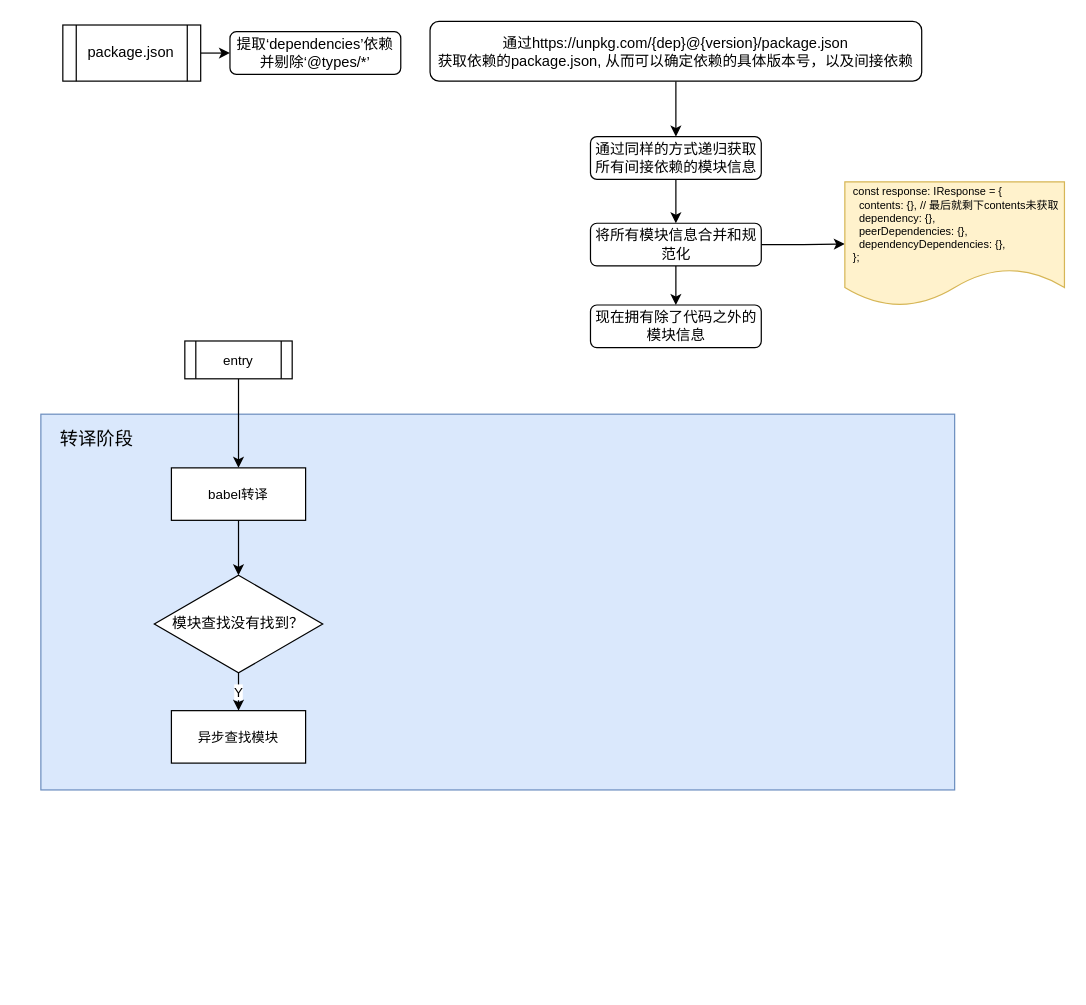
Earlier version of the draw.io diagram page "第 2 页" (2 of 4) of source/_posts/drawio/codesandbox.drawio (ivan-94/bobi.ink). Source tidied: cells renumbered, new cells numbered last; positions are measured from the earlier drawing's top-left corner, leaving out a move shared by most shapes. Both pictures are drawn from the tidied source at 122%, with x=0, y=0 at pixel (40, 21).
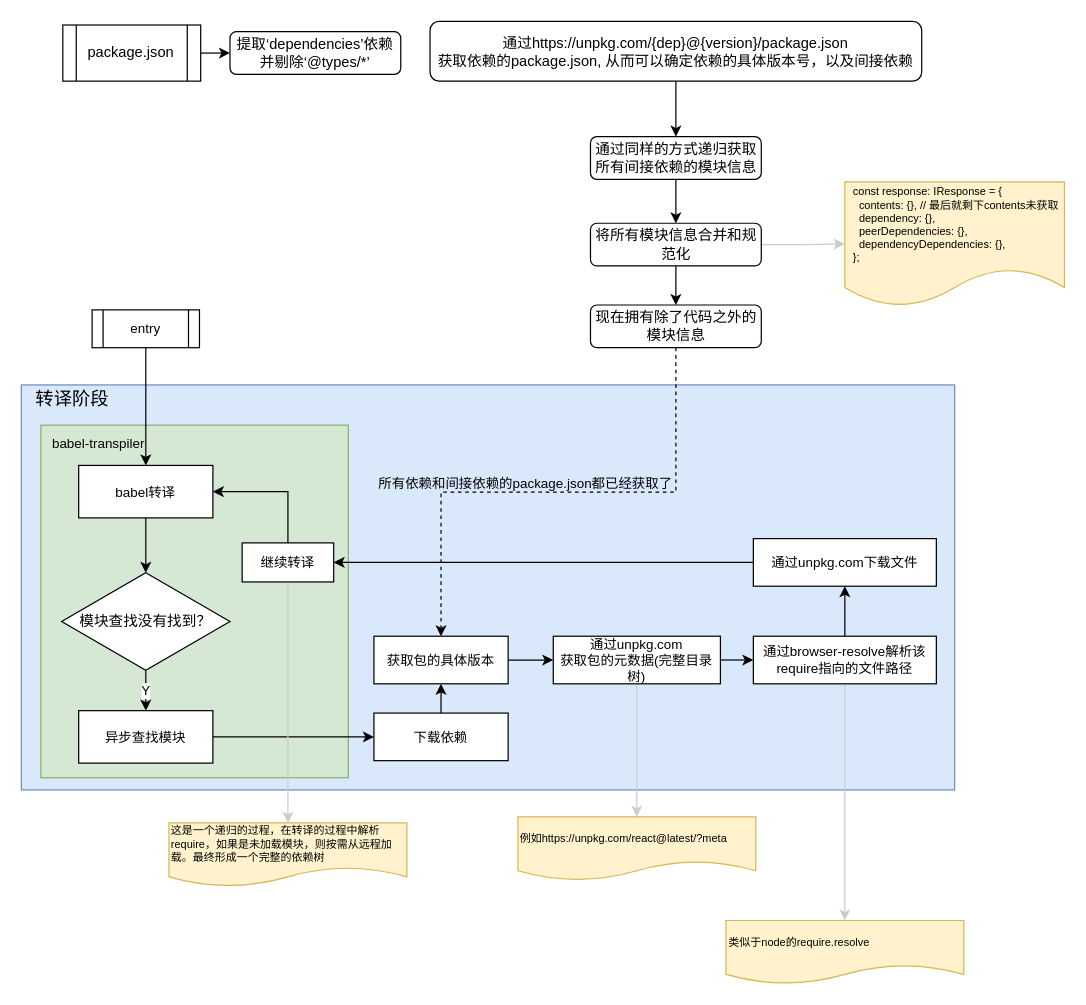
Above is the later version.

Commit message (it also covers changes not shown here):
feat: codesandbox 1 完成packager章节

The change refers to these unchanged cells:
```xml
<mxCell id="11" value="将所有模块信息合并和规范化" style="rounded=1;whiteSpace=wrap;html=1;" parent="1" vertex="1">
  <mxGeometry x="450.5" y="165.5" width="140" height="35" as="geometry" />
</mxCell>
<mxCell id="12" value="&lt;div&gt;&amp;nbsp; const response: IResponse = {&lt;/div&gt;&lt;div&gt;&amp;nbsp; &amp;nbsp; contents: {}, // 最后就剩下contents未获取&lt;/div&gt;&lt;div&gt;&amp;nbsp; &amp;nbsp; dependency: {&lt;span&gt;},&lt;/span&gt;&lt;/div&gt;&lt;div&gt;&amp;nbsp; &amp;nbsp; peerDependencies: {},&lt;/div&gt;&lt;div&gt;&amp;nbsp; &amp;nbsp; dependencyDependencies: {},&lt;/div&gt;&lt;div style=&quot;text-align: left&quot;&gt;&amp;nbsp; };&lt;/div&gt;" style="shape=document;whiteSpace=wrap;html=1;boundedLbl=1;fontSize=9;align=left;fillColor=#fff2cc;strokeColor=#d6b656;" parent="1" vertex="1">
  <mxGeometry x="659" y="131.5" width="180" height="102" as="geometry" />
</mxCell>
<mxCell id="13" value="现在拥有除了代码之外的模块信息" style="rounded=1;whiteSpace=wrap;html=1;" parent="1" vertex="1">
  <mxGeometry x="450.5" y="232.5" width="140" height="35" as="geometry" />
</mxCell>
```

What changed in the source:
```diff
@@
+    <mxCell id="14" style="rounded=0;whiteSpace=wrap;html=1;fillColor=#dae8fc;strokeColor=#6c8ebf;" parent="1" vertex="1">
+      <mxGeometry x="-16" y="298" width="765" height="332" as="geometry" />
+    </mxCell>
+    <mxCell id="23" style="rounded=0;whiteSpace=wrap;html=1;fontSize=11;align=center;fillColor=#d5e8d4;strokeColor=#82b366;" parent="1" vertex="1">
+      <mxGeometry y="331" width="252" height="289" as="geometry" />
+    </mxCell>
@@
-    <mxCell id="9" style="edgeStyle=orthogonalEdgeStyle;rounded=0;jettySize=auto;html=1;exitX=1;exitY=0.5;exitDx=0;exitDy=0;strokeWidth=1;fontSize=9;" parent="1" edge="1" source="11" target="12">
+    <mxCell id="9" style="edgeStyle=orthogonalEdgeStyle;rounded=0;jettySize=auto;html=1;exitX=1;exitY=0.5;exitDx=0;exitDy=0;strokeWidth=1;fontSize=9;strokeColor=#CCCCCC;" parent="1" edge="1" source="11" target="12">
       <mxGeometry relative="1" as="geometry" />
     </mxCell>
@@
+    <mxCell id="24" style="edgeStyle=orthogonalEdgeStyle;rounded=0;jettySize=auto;html=1;exitX=0.5;exitY=1;exitDx=0;exitDy=0;strokeWidth=1;fontSize=11;dashed=1;" parent="1" edge="1" source="13" target="31">
+      <mxGeometry relative="1" as="geometry" />
+    </mxCell>
+    <mxCell id="25" value="所有依赖和间接依赖的package.json都已经获取了" style="text;html=1;align=center;verticalAlign=middle;labelBackgroundColor=none;fontSize=11;" parent="24" vertex="1">
+      <mxGeometry x="0.02" y="2" relative="1" as="geometry">
+        <mxPoint x="-23" y="-9" as="offset" />
+      </mxGeometry>
+    </mxCell>
@@
-    <mxCell id="14" style="rounded=0;whiteSpace=wrap;html=1;fillColor=#dae8fc;strokeColor=#6c8ebf;" parent="1" vertex="1">
-      <mxGeometry y="322" width="749" height="308" as="geometry" />
-    </mxCell>
-    <mxCell id="15" value="&lt;span style=&quot;font-size: 15px&quot;&gt;转译阶段&lt;/span&gt;" style="text;html=1;strokeColor=none;fillColor=none;align=center;verticalAlign=middle;whiteSpace=wrap;rounded=0;" parent="1" vertex="1">
-      <mxGeometry x="8" y="334" width="76" height="15" as="geometry" />
+    <mxCell id="15" value="&lt;span style=&quot;font-size: 15px&quot;&gt;转译阶段&lt;/span&gt;" style="text;html=1;strokeColor=none;fillColor=none;align=center;verticalAlign=middle;whiteSpace=wrap;rounded=0;direction=south;" parent="1" vertex="1">
+      <mxGeometry x="-16" y="298" width="84" height="22" as="geometry" />
     </mxCell>
+    <mxCell id="17" value="entry" style="shape=process;whiteSpace=wrap;html=1;backgroundOutline=1;fontSize=11;align=center;" parent="1" vertex="1">
+      <mxGeometry x="42" y="236.5" width="88" height="31" as="geometry" />
+    </mxCell>
+    <mxCell id="20" value="Y" style="edgeStyle=orthogonalEdgeStyle;rounded=0;jettySize=auto;html=1;exitX=0.5;exitY=1;exitDx=0;exitDy=0;entryX=0.5;entryY=0;entryDx=0;entryDy=0;strokeWidth=1;fontSize=11;" parent="1" edge="1" source="21" target="22">
+      <mxGeometry relative="1" as="geometry" />
+    </mxCell>
@@
-    <mxCell id="17" value="entry" style="shape=process;whiteSpace=wrap;html=1;backgroundOutline=1;fontSize=11;align=center;" parent="1" vertex="1">
-      <mxGeometry x="118" y="262" width="88" height="31" as="geometry" />
-    </mxCell>
@@
     <mxCell id="19" value="babel转译" style="rounded=0;whiteSpace=wrap;html=1;fontSize=11;align=center;" parent="1" vertex="1">
-      <mxGeometry x="107" y="366" width="110" height="43" as="geometry" />
+      <mxGeometry x="31" y="364" width="110" height="43" as="geometry" />
     </mxCell>
-    <mxCell id="20" value="Y" style="edgeStyle=orthogonalEdgeStyle;rounded=0;jettySize=auto;html=1;exitX=0.5;exitY=1;exitDx=0;exitDy=0;entryX=0.5;entryY=0;entryDx=0;entryDy=0;strokeWidth=1;fontSize=11;" parent="1" edge="1" source="21" target="22">
-      <mxGeometry relative="1" as="geometry" />
-    </mxCell>
     <mxCell id="21" value="模块查找没有找到？" style="rhombus;whiteSpace=wrap;html=1;" parent="1" vertex="1">
-      <mxGeometry x="93" y="454" width="138" height="80" as="geometry" />
+      <mxGeometry x="17" y="452" width="138" height="80" as="geometry" />
     </mxCell>
+    <mxCell id="26" style="edgeStyle=orthogonalEdgeStyle;rounded=0;jettySize=auto;html=1;exitX=1;exitY=0.5;exitDx=0;exitDy=0;entryX=0;entryY=0.5;entryDx=0;entryDy=0;strokeWidth=1;fontSize=11;" parent="1" edge="1" source="22" target="29">
+      <mxGeometry relative="1" as="geometry" />
+    </mxCell>
     <mxCell id="22" value="异步查找模块" style="rounded=0;whiteSpace=wrap;html=1;fontSize=11;align=center;" parent="1" vertex="1">
-      <mxGeometry x="107" y="565" width="110" height="43" as="geometry" />
+      <mxGeometry x="31" y="565" width="110" height="43" as="geometry" />
     </mxCell>
+    <mxCell id="27" value="babel-transpiler" style="text;html=1;strokeColor=none;fillColor=none;align=center;verticalAlign=middle;whiteSpace=wrap;rounded=0;fontSize=11;" parent="1" vertex="1">
+      <mxGeometry x="7" y="336" width="81" height="20" as="geometry" />
+    </mxCell>
+    <mxCell id="28" style="edgeStyle=orthogonalEdgeStyle;rounded=0;jettySize=auto;html=1;exitX=0.5;exitY=0;exitDx=0;exitDy=0;entryX=0.5;entryY=1;entryDx=0;entryDy=0;strokeWidth=1;fontSize=11;" parent="1" edge="1" source="29" target="31">
+      <mxGeometry relative="1" as="geometry" />
+    </mxCell>
+    <mxCell id="29" value="下载依赖" style="rounded=0;whiteSpace=wrap;html=1;fontSize=11;align=center;" parent="1" vertex="1">
+      <mxGeometry x="273" y="567" width="110" height="39" as="geometry" />
+    </mxCell>
+    <mxCell id="30" style="edgeStyle=orthogonalEdgeStyle;rounded=0;jettySize=auto;html=1;exitX=1;exitY=0.5;exitDx=0;exitDy=0;entryX=0;entryY=0.5;entryDx=0;entryDy=0;strokeWidth=1;fontSize=11;" parent="1" edge="1" source="31" target="34">
+      <mxGeometry relative="1" as="geometry" />
+    </mxCell>
+    <mxCell id="31" value="获取包的具体版本" style="rounded=0;whiteSpace=wrap;html=1;fontSize=11;align=center;" parent="1" vertex="1">
+      <mxGeometry x="273" y="504" width="110" height="39" as="geometry" />
+    </mxCell>
+    <mxCell id="32" style="edgeStyle=orthogonalEdgeStyle;rounded=0;jettySize=auto;html=1;exitX=0.5;exitY=1;exitDx=0;exitDy=0;entryX=0.5;entryY=0;entryDx=0;entryDy=0;strokeWidth=1;fontSize=11;strokeColor=#CCCCCC;" parent="1" edge="1" source="34" target="35">
+      <mxGeometry relative="1" as="geometry" />
+    </mxCell>
+    <mxCell id="33" style="edgeStyle=orthogonalEdgeStyle;rounded=0;jettySize=auto;html=1;exitX=1;exitY=0.5;exitDx=0;exitDy=0;entryX=0;entryY=0.5;entryDx=0;entryDy=0;strokeWidth=1;fontSize=11;" parent="1" edge="1" source="34" target="38">
+      <mxGeometry relative="1" as="geometry" />
+    </mxCell>
+    <mxCell id="34" value="通过&lt;span&gt;unpkg.com&lt;/span&gt;&lt;br&gt;获取包的元数据(完整目录树)" style="rounded=0;whiteSpace=wrap;html=1;fontSize=11;align=center;" parent="1" vertex="1">
+      <mxGeometry x="420" y="504" width="137" height="39" as="geometry" />
+    </mxCell>
+    <mxCell id="35" value="&lt;span&gt;例如https://unpkg.com/react@latest/?meta&lt;/span&gt;" style="shape=document;whiteSpace=wrap;html=1;boundedLbl=1;fontSize=9;align=left;fillColor=#fff2cc;strokeColor=#d6b656;" parent="1" vertex="1">
+      <mxGeometry x="391" y="652" width="195" height="52" as="geometry" />
+    </mxCell>
+    <mxCell id="36" style="edgeStyle=orthogonalEdgeStyle;rounded=0;jettySize=auto;html=1;exitX=0.5;exitY=1;exitDx=0;exitDy=0;strokeWidth=1;fontSize=11;strokeColor=#CCCCCC;" parent="1" edge="1" source="38" target="39">
+      <mxGeometry relative="1" as="geometry" />
+    </mxCell>
+    <mxCell id="37" style="edgeStyle=orthogonalEdgeStyle;rounded=0;jettySize=auto;html=1;exitX=0.5;exitY=0;exitDx=0;exitDy=0;strokeWidth=1;fontSize=11;" parent="1" edge="1" source="38" target="41">
+      <mxGeometry relative="1" as="geometry" />
+    </mxCell>
+    <mxCell id="38" value="通过browser-resolve解析该require指向的文件路径" style="rounded=0;whiteSpace=wrap;html=1;fontSize=11;align=center;" parent="1" vertex="1">
+      <mxGeometry x="584" y="504" width="150" height="39" as="geometry" />
+    </mxCell>
+    <mxCell id="39" value="&lt;span&gt;类似于node的require.resolve&lt;/span&gt;&lt;br&gt;" style="shape=document;whiteSpace=wrap;html=1;boundedLbl=1;fontSize=9;align=left;fillColor=#fff2cc;strokeColor=#d6b656;" parent="1" vertex="1">
+      <mxGeometry x="561.5" y="737" width="195" height="52" as="geometry" />
+    </mxCell>
+    <mxCell id="40" style="edgeStyle=orthogonalEdgeStyle;rounded=0;jettySize=auto;html=1;exitX=0;exitY=0.5;exitDx=0;exitDy=0;strokeWidth=1;fontSize=11;" parent="1" edge="1" source="41" target="44">
+      <mxGeometry relative="1" as="geometry" />
+    </mxCell>
+    <mxCell id="41" value="通过unpkg.com下载文件" style="rounded=0;whiteSpace=wrap;html=1;fontSize=11;align=center;" parent="1" vertex="1">
+      <mxGeometry x="584" y="424" width="150" height="39" as="geometry" />
+    </mxCell>
+    <mxCell id="42" style="edgeStyle=orthogonalEdgeStyle;rounded=0;jettySize=auto;html=1;exitX=0.5;exitY=0;exitDx=0;exitDy=0;entryX=1;entryY=0.5;entryDx=0;entryDy=0;strokeWidth=1;fontSize=11;" parent="1" edge="1" source="44" target="19">
+      <mxGeometry relative="1" as="geometry">
+        <Array as="points">
+          <mxPoint x="203" y="386" />
+        </Array>
+      </mxGeometry>
+    </mxCell>
+    <mxCell id="43" style="edgeStyle=orthogonalEdgeStyle;rounded=0;jettySize=auto;html=1;exitX=0.5;exitY=1;exitDx=0;exitDy=0;strokeWidth=1;fontSize=11;strokeColor=#CCCCCC;" parent="1" edge="1" source="44" target="45">
+      <mxGeometry relative="1" as="geometry" />
+    </mxCell>
+    <mxCell id="44" value="继续转译" style="rounded=0;whiteSpace=wrap;html=1;labelBackgroundColor=none;fontSize=11;align=center;" parent="1" vertex="1">
+      <mxGeometry x="165" y="427.5" width="75" height="32" as="geometry" />
+    </mxCell>
+    <mxCell id="45" value="这是一个递归的过程，在转译的过程中解析require，如果是未加载模块，则按需从远程加载。最终形成一个完整的依赖树" style="shape=document;whiteSpace=wrap;html=1;boundedLbl=1;fontSize=9;align=left;fillColor=#fff2cc;strokeColor=#d6b656;" parent="1" vertex="1">
+      <mxGeometry x="105" y="657" width="195" height="52" as="geometry" />
+    </mxCell>
```
